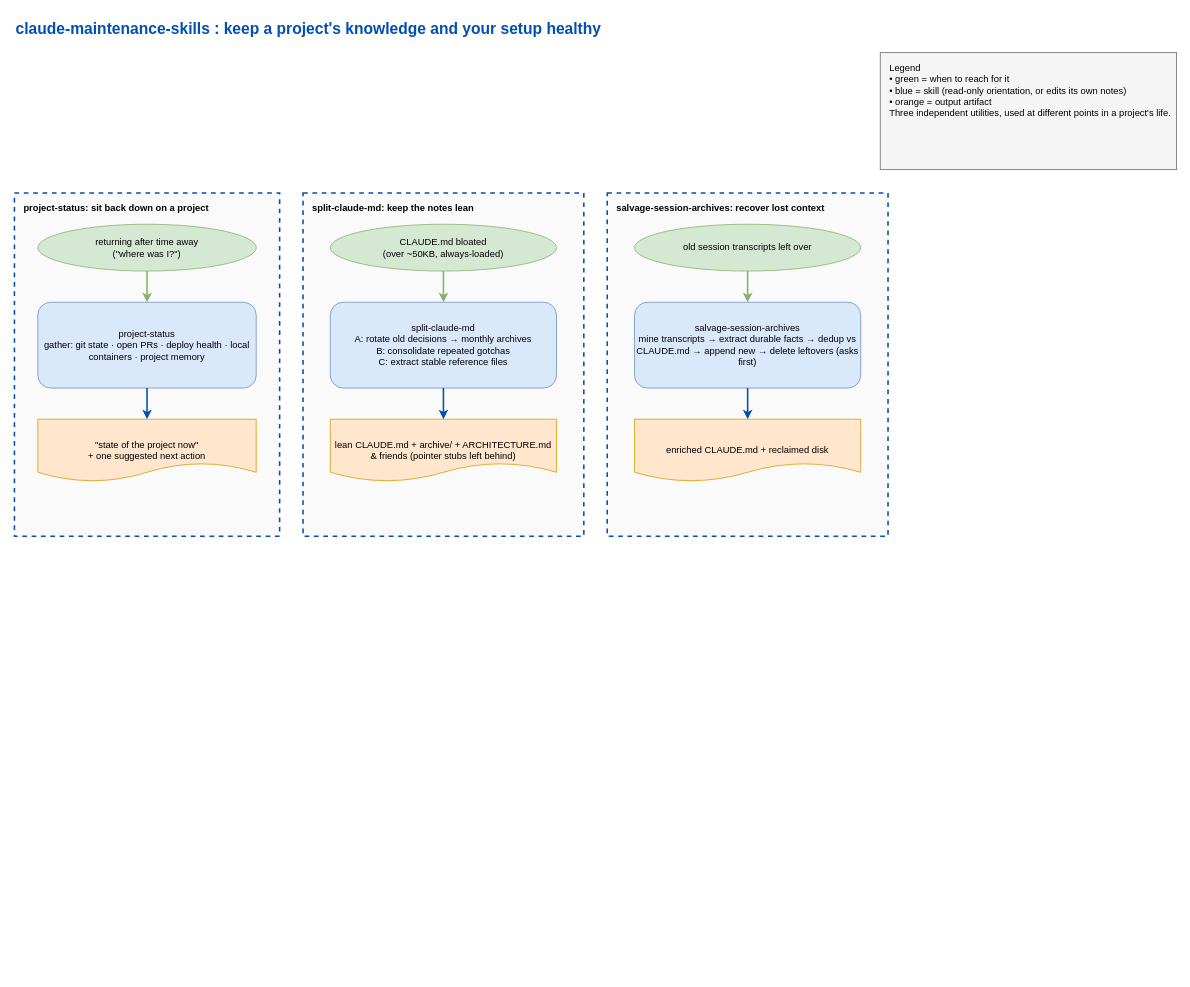
This is docs/maintenance-flow.drawio from eranw2000/claude-maintenance-skills, a draw.io file, before an edit. Source tidied: cells renumbered, new cells numbered last; positions are measured from the earlier drawing's top-left corner, leaving out a move shared by most shapes. Both pictures are drawn from the tidied source at 78%, with x=0, y=0 at pixel (14, 13).
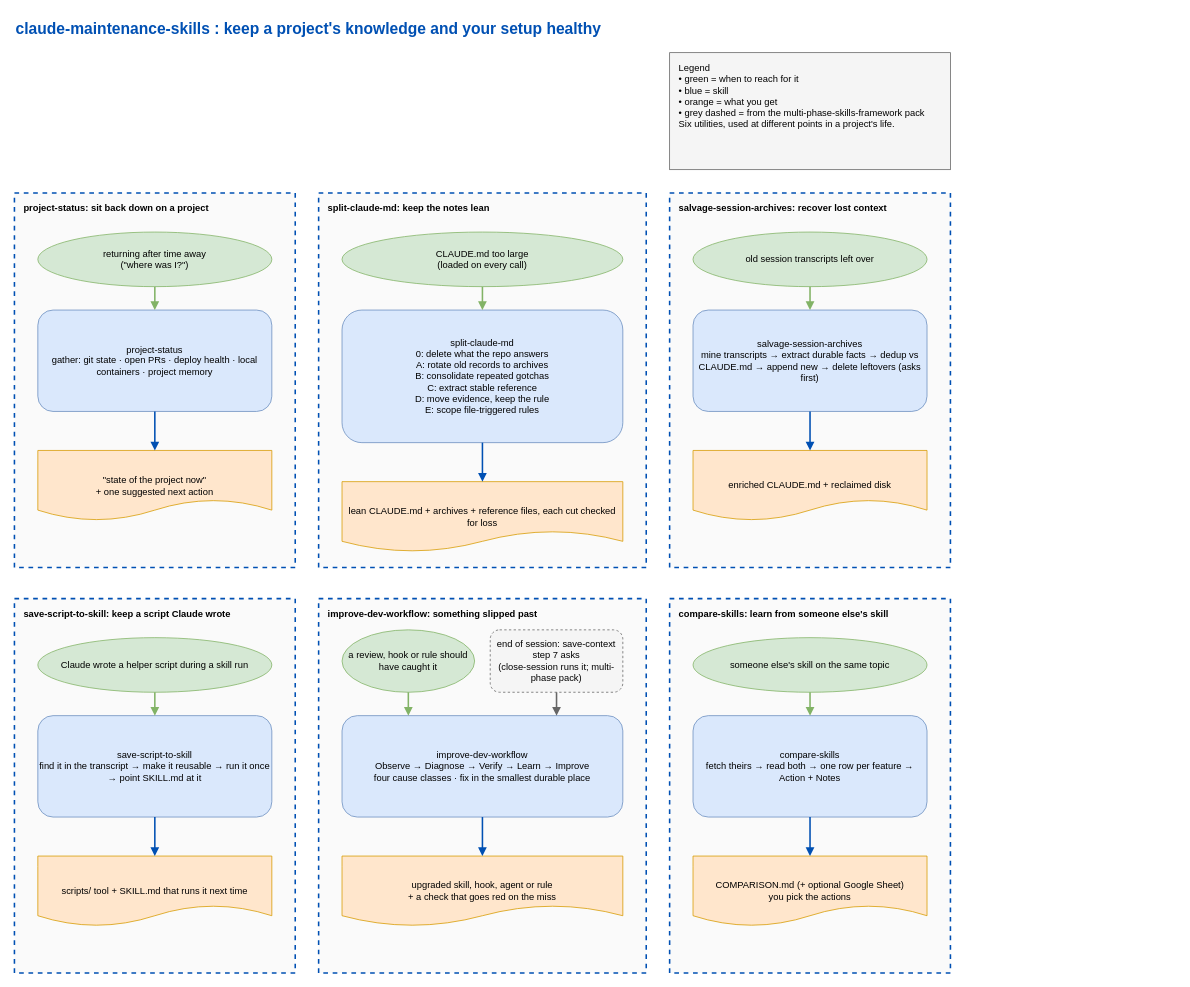
The same diagram, later.

Commit message (it also covers changes not shown here):
Add improve-dev-workflow and compare-skills; refresh the flow diagram (#8)

What changed in the source:
```diff
@@
     <mxCell id="2" value="claude-maintenance-skills : keep a project's knowledge and your setup healthy" style="text;html=1;fontSize=20;fontStyle=1;fontColor=#0050b3;align=left;verticalAlign=middle;" parent="1" vertex="1">
-      <mxGeometry width="1000" height="36" as="geometry" />
+      <mxGeometry width="1100" height="36" as="geometry" />
     </mxCell>
-    <mxCell id="3" value="Legend&#10;• green = when to reach for it&#10;• blue = skill (read-only orientation, or edits its own notes)&#10;• orange = output artifact&#10;Three independent utilities, used at different points in a project's life." style="rounded=0;fillColor=#f5f5f5;strokeColor=#666666;fontStyle=0;verticalAlign=top;align=left;spacingLeft=10;spacingTop=6;whiteSpace=wrap;html=1;fontFamily=Helvetica;" parent="1" vertex="1">
-      <mxGeometry x="1110" y="50" width="380" height="150" as="geometry" />
-    </mxCell>
+    <mxCell id="22" value="Legend&#10;• green = when to reach for it&#10;• blue = skill&#10;• orange = what you get&#10;• grey dashed = from the multi-phase-skills-framework pack&#10;Six utilities, used at different points in a project's life." style="rounded=0;fillColor=#f5f5f5;strokeColor=#666666;verticalAlign=top;align=left;spacingLeft=10;spacingTop=6;whiteSpace=wrap;html=1;" parent="1" vertex="1">
+      <mxGeometry x="840" y="50" width="360" height="150" as="geometry" />
+    </mxCell>
-    <mxCell id="4" value="project-status: sit back down on a project" style="rounded=0;fillColor=#fafafa;strokeColor=#0050b3;fontStyle=1;verticalAlign=top;align=left;spacingLeft=10;spacingTop=6;dashed=1;strokeWidth=2;html=1;" parent="1" vertex="1">
-      <mxGeometry y="230" width="340" height="440" as="geometry" />
+    <mxCell id="4" value="project-status: sit back down on a project" style="rounded=0;fillColor=#fafafa;strokeColor=#0050b3;fontStyle=1;verticalAlign=top;align=left;spacingLeft=10;spacingTop=6;dashed=1;strokeWidth=2;html=1;whiteSpace=wrap;" parent="1" vertex="1">
+      <mxGeometry y="230" width="360" height="480" as="geometry" />
     </mxCell>
+    <mxCell id="6" value="project-status&#10;gather: git state · open PRs · deploy health · local containers · project memory" style="rounded=1;fillColor=#dae8fc;strokeColor=#6c8ebf;html=1;whiteSpace=wrap;" parent="1" vertex="1">
+      <mxGeometry x="30" y="380" width="300" height="130" as="geometry" />
+    </mxCell>
     <mxCell id="5" value="returning after time away&#10;(&quot;where was I?&quot;)" style="ellipse;fillColor=#d5e8d4;strokeColor=#82b366;html=1;whiteSpace=wrap;" parent="1" vertex="1">
-      <mxGeometry x="30" y="270" width="280" height="60" as="geometry" />
+      <mxGeometry x="30" y="280" width="300" height="70" as="geometry" />
     </mxCell>
-    <mxCell id="6" value="project-status&#10;gather: git state · open PRs · deploy health · local containers · project memory" style="rounded=1;fillColor=#dae8fc;strokeColor=#6c8ebf;html=1;whiteSpace=wrap;" parent="1" vertex="1">
-      <mxGeometry x="30" y="370" width="280" height="110" as="geometry" />
-    </mxCell>
+    <mxCell id="21" style="edgeStyle=orthogonalEdgeStyle;rounded=0;html=1;endArrow=block;endFill=1;strokeWidth=2;strokeColor=#82b366;exitX=0.5;exitY=1;exitDx=0;exitDy=0;entryX=0.5;entryY=0;entryDx=0;entryDy=0;" parent="1" edge="1" source="5" target="6">
+      <mxGeometry relative="1" as="geometry" />
+    </mxCell>
     <mxCell id="7" value="&quot;state of the project now&quot;&#10;+ one suggested next action" style="shape=document;fillColor=#ffe6cc;strokeColor=#d79b00;html=1;whiteSpace=wrap;" parent="1" vertex="1">
-      <mxGeometry x="30" y="520" width="280" height="80" as="geometry" />
+      <mxGeometry x="30" y="560" width="300" height="90" as="geometry" />
     </mxCell>
+    <mxCell id="17" style="edgeStyle=orthogonalEdgeStyle;rounded=0;html=1;endArrow=block;endFill=1;strokeWidth=2;strokeColor=#0050b3;exitX=0.5;exitY=1;exitDx=0;exitDy=0;entryX=0.5;entryY=0;entryDx=0;entryDy=0;" parent="1" edge="1" source="6" target="7">
+      <mxGeometry relative="1" as="geometry" />
+    </mxCell>
-    <mxCell id="8" value="split-claude-md: keep the notes lean" style="rounded=0;fillColor=#fafafa;strokeColor=#0050b3;fontStyle=1;verticalAlign=top;align=left;spacingLeft=10;spacingTop=6;dashed=1;strokeWidth=2;html=1;" parent="1" vertex="1">
-      <mxGeometry x="370" y="230" width="360" height="440" as="geometry" />
+    <mxCell id="8" value="split-claude-md: keep the notes lean" style="rounded=0;fillColor=#fafafa;strokeColor=#0050b3;fontStyle=1;verticalAlign=top;align=left;spacingLeft=10;spacingTop=6;dashed=1;strokeWidth=2;html=1;whiteSpace=wrap;" parent="1" vertex="1">
+      <mxGeometry x="390" y="230" width="420" height="480" as="geometry" />
     </mxCell>
-    <mxCell id="9" value="CLAUDE.md bloated&#10;(over ~50KB, always-loaded)" style="ellipse;fillColor=#d5e8d4;strokeColor=#82b366;html=1;whiteSpace=wrap;" parent="1" vertex="1">
-      <mxGeometry x="405" y="270" width="290" height="60" as="geometry" />
-    </mxCell>
-    <mxCell id="10" value="split-claude-md&#10;A: rotate old decisions → monthly archives&#10;B: consolidate repeated gotchas&#10;C: extract stable reference files" style="rounded=1;fillColor=#dae8fc;strokeColor=#6c8ebf;html=1;whiteSpace=wrap;" parent="1" vertex="1">
-      <mxGeometry x="405" y="370" width="290" height="110" as="geometry" />
-    </mxCell>
-    <mxCell id="11" value="lean CLAUDE.md + archive/ + ARCHITECTURE.md &amp; friends (pointer stubs left behind)" style="shape=document;fillColor=#ffe6cc;strokeColor=#d79b00;html=1;whiteSpace=wrap;" parent="1" vertex="1">
-      <mxGeometry x="405" y="520" width="290" height="80" as="geometry" />
-    </mxCell>
+    <mxCell id="23" value="split-claude-md&#10;0: delete what the repo answers&#10;A: rotate old records to archives&#10;B: consolidate repeated gotchas&#10;C: extract stable reference&#10;D: move evidence, keep the rule&#10;E: scope file-triggered rules" style="rounded=1;fillColor=#dae8fc;strokeColor=#6c8ebf;html=1;whiteSpace=wrap;" parent="1" vertex="1">
+      <mxGeometry x="420" y="380" width="360" height="170" as="geometry" />
+    </mxCell>
+    <mxCell id="24" value="CLAUDE.md too large&#10;(loaded on every call)" style="ellipse;fillColor=#d5e8d4;strokeColor=#82b366;html=1;whiteSpace=wrap;" parent="1" vertex="1">
+      <mxGeometry x="420" y="280" width="360" height="70" as="geometry" />
+    </mxCell>
+    <mxCell id="25" style="edgeStyle=orthogonalEdgeStyle;rounded=0;html=1;endArrow=block;endFill=1;strokeWidth=2;strokeColor=#82b366;exitX=0.5;exitY=1;exitDx=0;exitDy=0;entryX=0.5;entryY=0;entryDx=0;entryDy=0;" parent="1" edge="1" source="24" target="23">
+      <mxGeometry relative="1" as="geometry" />
+    </mxCell>
+    <mxCell id="26" value="lean CLAUDE.md + archives + reference files, each cut checked for loss" style="shape=document;fillColor=#ffe6cc;strokeColor=#d79b00;html=1;whiteSpace=wrap;" parent="1" vertex="1">
+      <mxGeometry x="420" y="600" width="360" height="90" as="geometry" />
+    </mxCell>
+    <mxCell id="27" style="edgeStyle=orthogonalEdgeStyle;rounded=0;html=1;endArrow=block;endFill=1;strokeWidth=2;strokeColor=#0050b3;exitX=0.5;exitY=1;exitDx=0;exitDy=0;entryX=0.5;entryY=0;entryDx=0;entryDy=0;" parent="1" edge="1" source="23" target="26">
+      <mxGeometry relative="1" as="geometry" />
+    </mxCell>
-    <mxCell id="12" value="salvage-session-archives: recover lost context" style="rounded=0;fillColor=#fafafa;strokeColor=#0050b3;fontStyle=1;verticalAlign=top;align=left;spacingLeft=10;spacingTop=6;dashed=1;strokeWidth=2;html=1;" parent="1" vertex="1">
-      <mxGeometry x="760" y="230" width="360" height="440" as="geometry" />
+    <mxCell id="12" value="salvage-session-archives: recover lost context" style="rounded=0;fillColor=#fafafa;strokeColor=#0050b3;fontStyle=1;verticalAlign=top;align=left;spacingLeft=10;spacingTop=6;dashed=1;strokeWidth=2;html=1;whiteSpace=wrap;" parent="1" vertex="1">
+      <mxGeometry x="840" y="230" width="360" height="480" as="geometry" />
     </mxCell>
+    <mxCell id="14" value="salvage-session-archives&#10;mine transcripts → extract durable facts → dedup vs CLAUDE.md → append new → delete leftovers (asks first)" style="rounded=1;fillColor=#dae8fc;strokeColor=#6c8ebf;html=1;whiteSpace=wrap;" parent="1" vertex="1">
+      <mxGeometry x="870" y="380" width="300" height="130" as="geometry" />
+    </mxCell>
     <mxCell id="13" value="old session transcripts left over" style="ellipse;fillColor=#d5e8d4;strokeColor=#82b366;html=1;whiteSpace=wrap;" parent="1" vertex="1">
-      <mxGeometry x="795" y="270" width="290" height="60" as="geometry" />
+      <mxGeometry x="870" y="280" width="300" height="70" as="geometry" />
     </mxCell>
-    <mxCell id="14" value="salvage-session-archives&#10;mine transcripts → extract durable facts → dedup vs CLAUDE.md → append new → delete leftovers (asks first)" style="rounded=1;fillColor=#dae8fc;strokeColor=#6c8ebf;html=1;whiteSpace=wrap;" parent="1" vertex="1">
-      <mxGeometry x="795" y="370" width="290" height="110" as="geometry" />
-    </mxCell>
+    <mxCell id="20" style="edgeStyle=orthogonalEdgeStyle;rounded=0;html=1;endArrow=block;endFill=1;strokeWidth=2;strokeColor=#82b366;exitX=0.5;exitY=1;exitDx=0;exitDy=0;entryX=0.5;entryY=0;entryDx=0;entryDy=0;" parent="1" edge="1" source="13" target="14">
+      <mxGeometry relative="1" as="geometry" />
+    </mxCell>
     <mxCell id="15" value="enriched CLAUDE.md + reclaimed disk" style="shape=document;fillColor=#ffe6cc;strokeColor=#d79b00;html=1;whiteSpace=wrap;" parent="1" vertex="1">
-      <mxGeometry x="795" y="520" width="290" height="80" as="geometry" />
+      <mxGeometry x="870" y="560" width="300" height="90" as="geometry" />
     </mxCell>
-    <mxCell id="16" style="edgeStyle=orthogonalEdgeStyle;rounded=0;endArrow=classic;strokeColor=#82b366;strokeWidth=2;html=1;" parent="1" edge="1" source="5" target="6">
-      <mxGeometry relative="1" as="geometry" />
-    </mxCell>
-    <mxCell id="17" style="edgeStyle=orthogonalEdgeStyle;rounded=0;endArrow=classic;strokeColor=#0050b3;strokeWidth=2;html=1;" parent="1" edge="1" source="6" target="7">
-      <mxGeometry relative="1" as="geometry" />
-    </mxCell>
-    <mxCell id="18" style="edgeStyle=orthogonalEdgeStyle;rounded=0;endArrow=classic;strokeColor=#82b366;strokeWidth=2;html=1;" parent="1" edge="1" source="9" target="10">
-      <mxGeometry relative="1" as="geometry" />
-    </mxCell>
-    <mxCell id="19" style="edgeStyle=orthogonalEdgeStyle;rounded=0;endArrow=classic;strokeColor=#0050b3;strokeWidth=2;html=1;" parent="1" edge="1" source="10" target="11">
-      <mxGeometry relative="1" as="geometry" />
-    </mxCell>
-    <mxCell id="20" style="edgeStyle=orthogonalEdgeStyle;rounded=0;endArrow=classic;strokeColor=#82b366;strokeWidth=2;html=1;" parent="1" edge="1" source="13" target="14">
-      <mxGeometry relative="1" as="geometry" />
-    </mxCell>
-    <mxCell id="21" style="edgeStyle=orthogonalEdgeStyle;rounded=0;endArrow=classic;strokeColor=#0050b3;strokeWidth=2;html=1;" parent="1" edge="1" source="14" target="15">
-      <mxGeometry relative="1" as="geometry" />
-    </mxCell>
+    <mxCell id="28" style="edgeStyle=orthogonalEdgeStyle;rounded=0;html=1;endArrow=block;endFill=1;strokeWidth=2;strokeColor=#0050b3;exitX=0.5;exitY=1;exitDx=0;exitDy=0;entryX=0.5;entryY=0;entryDx=0;entryDy=0;" parent="1" edge="1" source="14" target="15">
+      <mxGeometry relative="1" as="geometry" />
+    </mxCell>
+    <mxCell id="29" value="save-script-to-skill: keep a script Claude wrote" style="rounded=0;fillColor=#fafafa;strokeColor=#0050b3;fontStyle=1;verticalAlign=top;align=left;spacingLeft=10;spacingTop=6;dashed=1;strokeWidth=2;html=1;whiteSpace=wrap;" parent="1" vertex="1">
+      <mxGeometry y="750" width="360" height="480" as="geometry" />
+    </mxCell>
+    <mxCell id="30" value="save-script-to-skill&#10;find it in the transcript → make it reusable → run it once → point SKILL.md at it" style="rounded=1;fillColor=#dae8fc;strokeColor=#6c8ebf;html=1;whiteSpace=wrap;" parent="1" vertex="1">
+      <mxGeometry x="30" y="900" width="300" height="130" as="geometry" />
+    </mxCell>
+    <mxCell id="31" value="Claude wrote a helper script during a skill run" style="ellipse;fillColor=#d5e8d4;strokeColor=#82b366;html=1;whiteSpace=wrap;" parent="1" vertex="1">
+      <mxGeometry x="30" y="800" width="300" height="70" as="geometry" />
+    </mxCell>
+    <mxCell id="32" style="edgeStyle=orthogonalEdgeStyle;rounded=0;html=1;endArrow=block;endFill=1;strokeWidth=2;strokeColor=#82b366;exitX=0.5;exitY=1;exitDx=0;exitDy=0;entryX=0.5;entryY=0;entryDx=0;entryDy=0;" parent="1" edge="1" source="31" target="30">
+      <mxGeometry relative="1" as="geometry" />
+    </mxCell>
+    <mxCell id="33" value="scripts/ tool + SKILL.md that runs it next time" style="shape=document;fillColor=#ffe6cc;strokeColor=#d79b00;html=1;whiteSpace=wrap;" parent="1" vertex="1">
+      <mxGeometry x="30" y="1080" width="300" height="90" as="geometry" />
+    </mxCell>
+    <mxCell id="34" style="edgeStyle=orthogonalEdgeStyle;rounded=0;html=1;endArrow=block;endFill=1;strokeWidth=2;strokeColor=#0050b3;exitX=0.5;exitY=1;exitDx=0;exitDy=0;entryX=0.5;entryY=0;entryDx=0;entryDy=0;" parent="1" edge="1" source="30" target="33">
+      <mxGeometry relative="1" as="geometry" />
+    </mxCell>
+    <mxCell id="35" value="improve-dev-workflow: something slipped past" style="rounded=0;fillColor=#fafafa;strokeColor=#0050b3;fontStyle=1;verticalAlign=top;align=left;spacingLeft=10;spacingTop=6;dashed=1;strokeWidth=2;html=1;whiteSpace=wrap;" parent="1" vertex="1">
+      <mxGeometry x="390" y="750" width="420" height="480" as="geometry" />
+    </mxCell>
+    <mxCell id="36" value="improve-dev-workflow&#10;Observe → Diagnose → Verify → Learn → Improve&#10;four cause classes · fix in the smallest durable place" style="rounded=1;fillColor=#dae8fc;strokeColor=#6c8ebf;html=1;whiteSpace=wrap;" parent="1" vertex="1">
+      <mxGeometry x="420" y="900" width="360" height="130" as="geometry" />
+    </mxCell>
+    <mxCell id="37" value="a review, hook or rule should have caught it" style="ellipse;fillColor=#d5e8d4;strokeColor=#82b366;html=1;whiteSpace=wrap;" parent="1" vertex="1">
+      <mxGeometry x="420" y="790" width="170" height="80" as="geometry" />
+    </mxCell>
+    <mxCell id="38" value="end of session: save-context step 7 asks&#10;(close-session runs it; multi-phase pack)" style="rounded=1;fillColor=#f5f5f5;strokeColor=#666666;dashed=1;html=1;whiteSpace=wrap;" parent="1" vertex="1">
+      <mxGeometry x="610" y="790" width="170" height="80" as="geometry" />
+    </mxCell>
+    <mxCell id="39" style="edgeStyle=orthogonalEdgeStyle;rounded=0;html=1;endArrow=block;endFill=1;strokeWidth=2;strokeColor=#82b366;exitX=0.5;exitY=1;exitDx=0;exitDy=0;entryX=0.2361;entryY=0;entryDx=0;entryDy=0;" parent="1" edge="1" source="37" target="36">
+      <mxGeometry relative="1" as="geometry" />
+    </mxCell>
+    <mxCell id="40" style="edgeStyle=orthogonalEdgeStyle;rounded=0;html=1;endArrow=block;endFill=1;strokeWidth=2;strokeColor=#666666;exitX=0.5;exitY=1;exitDx=0;exitDy=0;entryX=0.7639;entryY=0;entryDx=0;entryDy=0;" parent="1" edge="1" source="38" target="36">
+      <mxGeometry relative="1" as="geometry" />
+    </mxCell>
+    <mxCell id="41" value="upgraded skill, hook, agent or rule&#10;+ a check that goes red on the miss" style="shape=document;fillColor=#ffe6cc;strokeColor=#d79b00;html=1;whiteSpace=wrap;" parent="1" vertex="1">
+      <mxGeometry x="420" y="1080" width="360" height="90" as="geometry" />
+    </mxCell>
+    <mxCell id="42" style="edgeStyle=orthogonalEdgeStyle;rounded=0;html=1;endArrow=block;endFill=1;strokeWidth=2;strokeColor=#0050b3;exitX=0.5;exitY=1;exitDx=0;exitDy=0;entryX=0.5;entryY=0;entryDx=0;entryDy=0;" parent="1" edge="1" source="36" target="41">
+      <mxGeometry relative="1" as="geometry" />
+    </mxCell>
+    <mxCell id="43" value="compare-skills: learn from someone else's skill" style="rounded=0;fillColor=#fafafa;strokeColor=#0050b3;fontStyle=1;verticalAlign=top;align=left;spacingLeft=10;spacingTop=6;dashed=1;strokeWidth=2;html=1;whiteSpace=wrap;" parent="1" vertex="1">
+      <mxGeometry x="840" y="750" width="360" height="480" as="geometry" />
+    </mxCell>
+    <mxCell id="44" value="compare-skills&#10;fetch theirs → read both → one row per feature → Action + Notes" style="rounded=1;fillColor=#dae8fc;strokeColor=#6c8ebf;html=1;whiteSpace=wrap;" parent="1" vertex="1">
+      <mxGeometry x="870" y="900" width="300" height="130" as="geometry" />
+    </mxCell>
+    <mxCell id="45" value="someone else's skill on the same topic" style="ellipse;fillColor=#d5e8d4;strokeColor=#82b366;html=1;whiteSpace=wrap;" parent="1" vertex="1">
+      <mxGeometry x="870" y="800" width="300" height="70" as="geometry" />
+    </mxCell>
+    <mxCell id="46" style="edgeStyle=orthogonalEdgeStyle;rounded=0;html=1;endArrow=block;endFill=1;strokeWidth=2;strokeColor=#82b366;exitX=0.5;exitY=1;exitDx=0;exitDy=0;entryX=0.5;entryY=0;entryDx=0;entryDy=0;" parent="1" edge="1" source="45" target="44">
+      <mxGeometry relative="1" as="geometry" />
+    </mxCell>
+    <mxCell id="47" value="COMPARISON.md (+ optional Google Sheet)&#10;you pick the actions" style="shape=document;fillColor=#ffe6cc;strokeColor=#d79b00;html=1;whiteSpace=wrap;" parent="1" vertex="1">
+      <mxGeometry x="870" y="1080" width="300" height="90" as="geometry" />
+    </mxCell>
+    <mxCell id="48" style="edgeStyle=orthogonalEdgeStyle;rounded=0;html=1;endArrow=block;endFill=1;strokeWidth=2;strokeColor=#0050b3;exitX=0.5;exitY=1;exitDx=0;exitDy=0;entryX=0.5;entryY=0;entryDx=0;entryDy=0;" parent="1" edge="1" source="44" target="47">
+      <mxGeometry relative="1" as="geometry" />
+    </mxCell>
```
